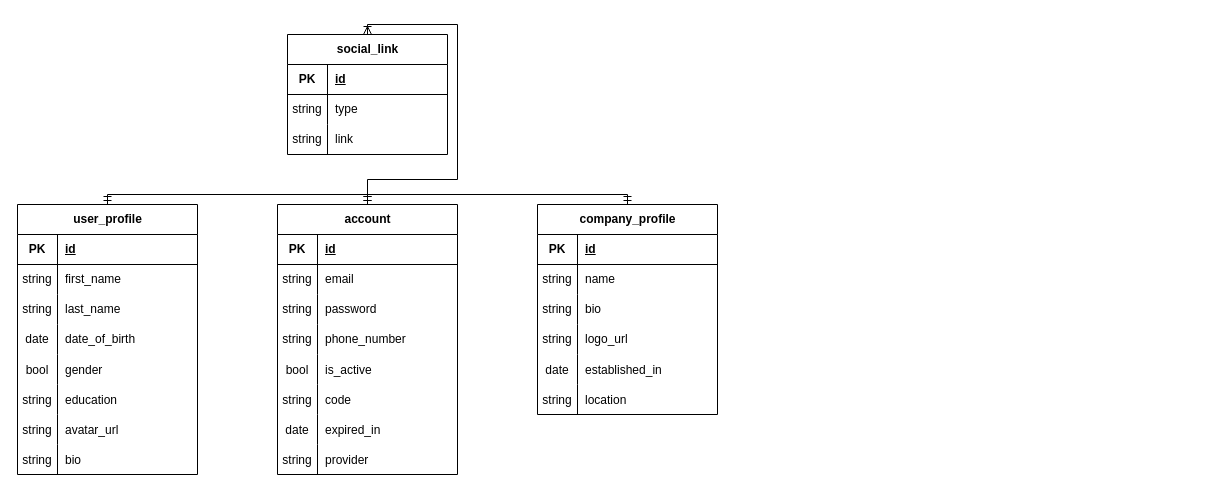
Above: database-diagram.drawio in CulesBao/pbl3-find-job-fe (draw.io), before the change. Source tidied: cells renumbered, new cells numbered last; positions are measured from the earlier drawing's top-left corner, leaving out a move shared by most shapes. Both pictures are drawn from the tidied source at 100%, with x=0, y=0 at pixel (17, 34).
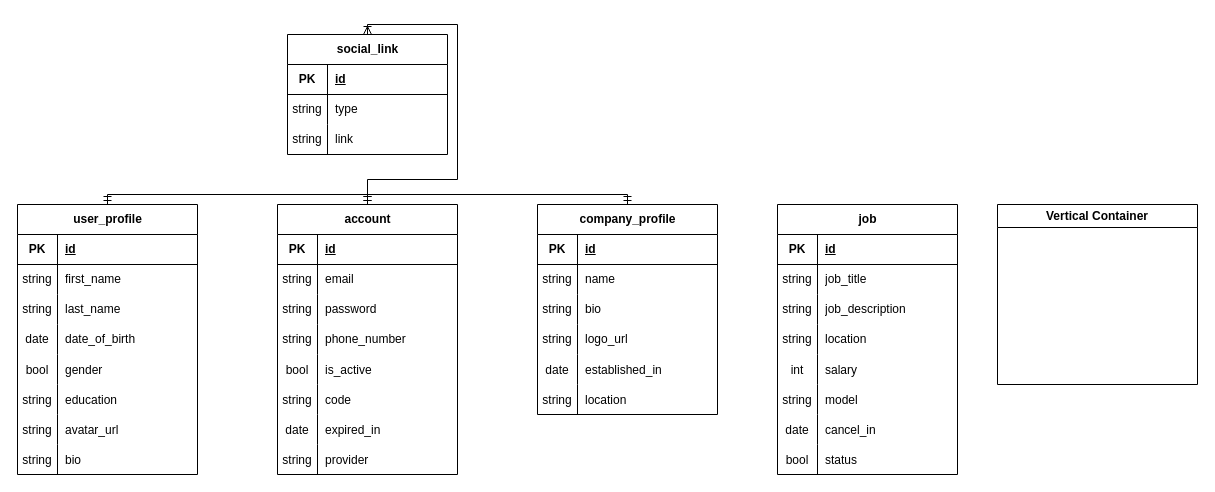
The same page after the edit.

Commit message:
tbao: job

The edit, as a diff of the source:
```diff
@@
+    <mxCell id="84" value="job" style="shape=table;startSize=30;childLayout=tableLayout;rowLines=0;fontStyle=1;align=center;html=1;" parent="1" vertex="1">
+      <mxGeometry x="760" y="170" width="180" height="270" as="geometry" />
+    </mxCell>
+    <mxCell id="85" style="shape=tableRow;horizontal=0;startSize=0;swimlaneHead=0;swimlaneBody=0;fillColor=none;top=0;left=0;right=0;bottom=1;" parent="84" vertex="1">
+      <mxGeometry y="30" width="180" height="30" as="geometry" />
+    </mxCell>
+    <mxCell id="86" value="PK" style="shape=partialRectangle;fillColor=none;top=0;left=0;bottom=0;right=0;fontStyle=1;overflow=hidden;whiteSpace=wrap;html=1;" parent="85" vertex="1">
+      <mxGeometry width="40" height="30" as="geometry" />
+    </mxCell>
+    <mxCell id="87" value="id" style="shape=partialRectangle;fillColor=none;top=0;left=0;bottom=0;right=0;align=left;spacingLeft=6;fontStyle=5;overflow=hidden;whiteSpace=wrap;html=1;" parent="85" vertex="1">
+      <mxGeometry x="40" width="140" height="30" as="geometry" />
+    </mxCell>
+    <mxCell id="88" style="shape=tableRow;horizontal=0;startSize=0;swimlaneHead=0;swimlaneBody=0;fillColor=none;top=0;left=0;right=0;bottom=0;" parent="84" vertex="1">
+      <mxGeometry y="60" width="180" height="30" as="geometry" />
+    </mxCell>
+    <mxCell id="89" value="string" style="shape=partialRectangle;fillColor=none;top=0;left=0;bottom=0;right=0;overflow=hidden;whiteSpace=wrap;html=1;" parent="88" vertex="1">
+      <mxGeometry width="40" height="30" as="geometry" />
+    </mxCell>
+    <mxCell id="90" value="job_title" style="shape=partialRectangle;fillColor=none;top=0;left=0;bottom=0;right=0;align=left;spacingLeft=6;overflow=hidden;whiteSpace=wrap;html=1;" parent="88" vertex="1">
+      <mxGeometry x="40" width="140" height="30" as="geometry" />
+    </mxCell>
+    <mxCell id="91" style="shape=tableRow;horizontal=0;startSize=0;swimlaneHead=0;swimlaneBody=0;fillColor=none;top=0;left=0;right=0;bottom=0;" parent="84" vertex="1">
+      <mxGeometry y="90" width="180" height="30" as="geometry" />
+    </mxCell>
+    <mxCell id="92" value="string" style="shape=partialRectangle;fillColor=none;top=0;left=0;bottom=0;right=0;overflow=hidden;whiteSpace=wrap;html=1;" parent="91" vertex="1">
+      <mxGeometry width="40" height="30" as="geometry" />
+    </mxCell>
+    <mxCell id="93" value="job_description" style="shape=partialRectangle;fillColor=none;top=0;left=0;bottom=0;right=0;align=left;spacingLeft=6;overflow=hidden;whiteSpace=wrap;html=1;" parent="91" vertex="1">
+      <mxGeometry x="40" width="140" height="30" as="geometry" />
+    </mxCell>
+    <mxCell id="94" style="shape=tableRow;horizontal=0;startSize=0;swimlaneHead=0;swimlaneBody=0;fillColor=none;top=0;left=0;right=0;bottom=0;" parent="84" vertex="1">
+      <mxGeometry y="120" width="180" height="30" as="geometry" />
+    </mxCell>
+    <mxCell id="95" value="string" style="shape=partialRectangle;fillColor=none;top=0;left=0;bottom=0;right=0;overflow=hidden;whiteSpace=wrap;html=1;" parent="94" vertex="1">
+      <mxGeometry width="40" height="30" as="geometry" />
+    </mxCell>
+    <mxCell id="96" value="location" style="shape=partialRectangle;fillColor=none;top=0;left=0;bottom=0;right=0;align=left;spacingLeft=6;overflow=hidden;whiteSpace=wrap;html=1;" parent="94" vertex="1">
+      <mxGeometry x="40" width="140" height="30" as="geometry" />
+    </mxCell>
+    <mxCell id="97" style="shape=tableRow;horizontal=0;startSize=0;swimlaneHead=0;swimlaneBody=0;fillColor=none;top=0;left=0;right=0;bottom=0;" parent="84" vertex="1">
+      <mxGeometry y="150" width="180" height="30" as="geometry" />
+    </mxCell>
+    <mxCell id="98" value="int" style="shape=partialRectangle;fillColor=none;top=0;left=0;bottom=0;right=0;overflow=hidden;" parent="97" vertex="1">
+      <mxGeometry width="40" height="30" as="geometry" />
+    </mxCell>
+    <mxCell id="99" value="salary" style="shape=partialRectangle;fillColor=none;top=0;left=0;bottom=0;right=0;align=left;spacingLeft=6;overflow=hidden;" parent="97" vertex="1">
+      <mxGeometry x="40" width="140" height="30" as="geometry" />
+    </mxCell>
+    <mxCell id="100" style="shape=tableRow;horizontal=0;startSize=0;swimlaneHead=0;swimlaneBody=0;fillColor=none;top=0;left=0;right=0;bottom=0;" parent="84" vertex="1">
+      <mxGeometry y="180" width="180" height="30" as="geometry" />
+    </mxCell>
+    <mxCell id="101" value="string" style="shape=partialRectangle;fillColor=none;top=0;left=0;bottom=0;right=0;overflow=hidden;" parent="100" vertex="1">
+      <mxGeometry width="40" height="30" as="geometry" />
+    </mxCell>
+    <mxCell id="102" value="model" style="shape=partialRectangle;fillColor=none;top=0;left=0;bottom=0;right=0;align=left;spacingLeft=6;overflow=hidden;" parent="100" vertex="1">
+      <mxGeometry x="40" width="140" height="30" as="geometry" />
+    </mxCell>
+    <mxCell id="103" style="shape=tableRow;horizontal=0;startSize=0;swimlaneHead=0;swimlaneBody=0;fillColor=none;top=0;left=0;right=0;bottom=0;" parent="84" vertex="1">
+      <mxGeometry y="210" width="180" height="30" as="geometry" />
+    </mxCell>
+    <mxCell id="104" value="date" style="shape=partialRectangle;fillColor=none;top=0;left=0;bottom=0;right=0;overflow=hidden;" parent="103" vertex="1">
+      <mxGeometry width="40" height="30" as="geometry" />
+    </mxCell>
+    <mxCell id="105" value="cancel_in" style="shape=partialRectangle;fillColor=none;top=0;left=0;bottom=0;right=0;align=left;spacingLeft=6;overflow=hidden;" parent="103" vertex="1">
+      <mxGeometry x="40" width="140" height="30" as="geometry" />
+    </mxCell>
+    <mxCell id="106" style="shape=tableRow;horizontal=0;startSize=0;swimlaneHead=0;swimlaneBody=0;fillColor=none;top=0;left=0;right=0;bottom=0;" parent="84" vertex="1">
+      <mxGeometry y="240" width="180" height="30" as="geometry" />
+    </mxCell>
+    <mxCell id="107" value="bool" style="shape=partialRectangle;fillColor=none;top=0;left=0;bottom=0;right=0;overflow=hidden;" parent="106" vertex="1">
+      <mxGeometry width="40" height="30" as="geometry" />
+    </mxCell>
+    <mxCell id="108" value="status" style="shape=partialRectangle;fillColor=none;top=0;left=0;bottom=0;right=0;align=left;spacingLeft=6;overflow=hidden;" parent="106" vertex="1">
+      <mxGeometry x="40" width="140" height="30" as="geometry" />
+    </mxCell>
+    <mxCell id="109" value="Vertical Container" style="swimlane;whiteSpace=wrap;html=1;" parent="1" vertex="1">
+      <mxGeometry x="980" y="170" width="200" height="180" as="geometry" />
+    </mxCell>
```
